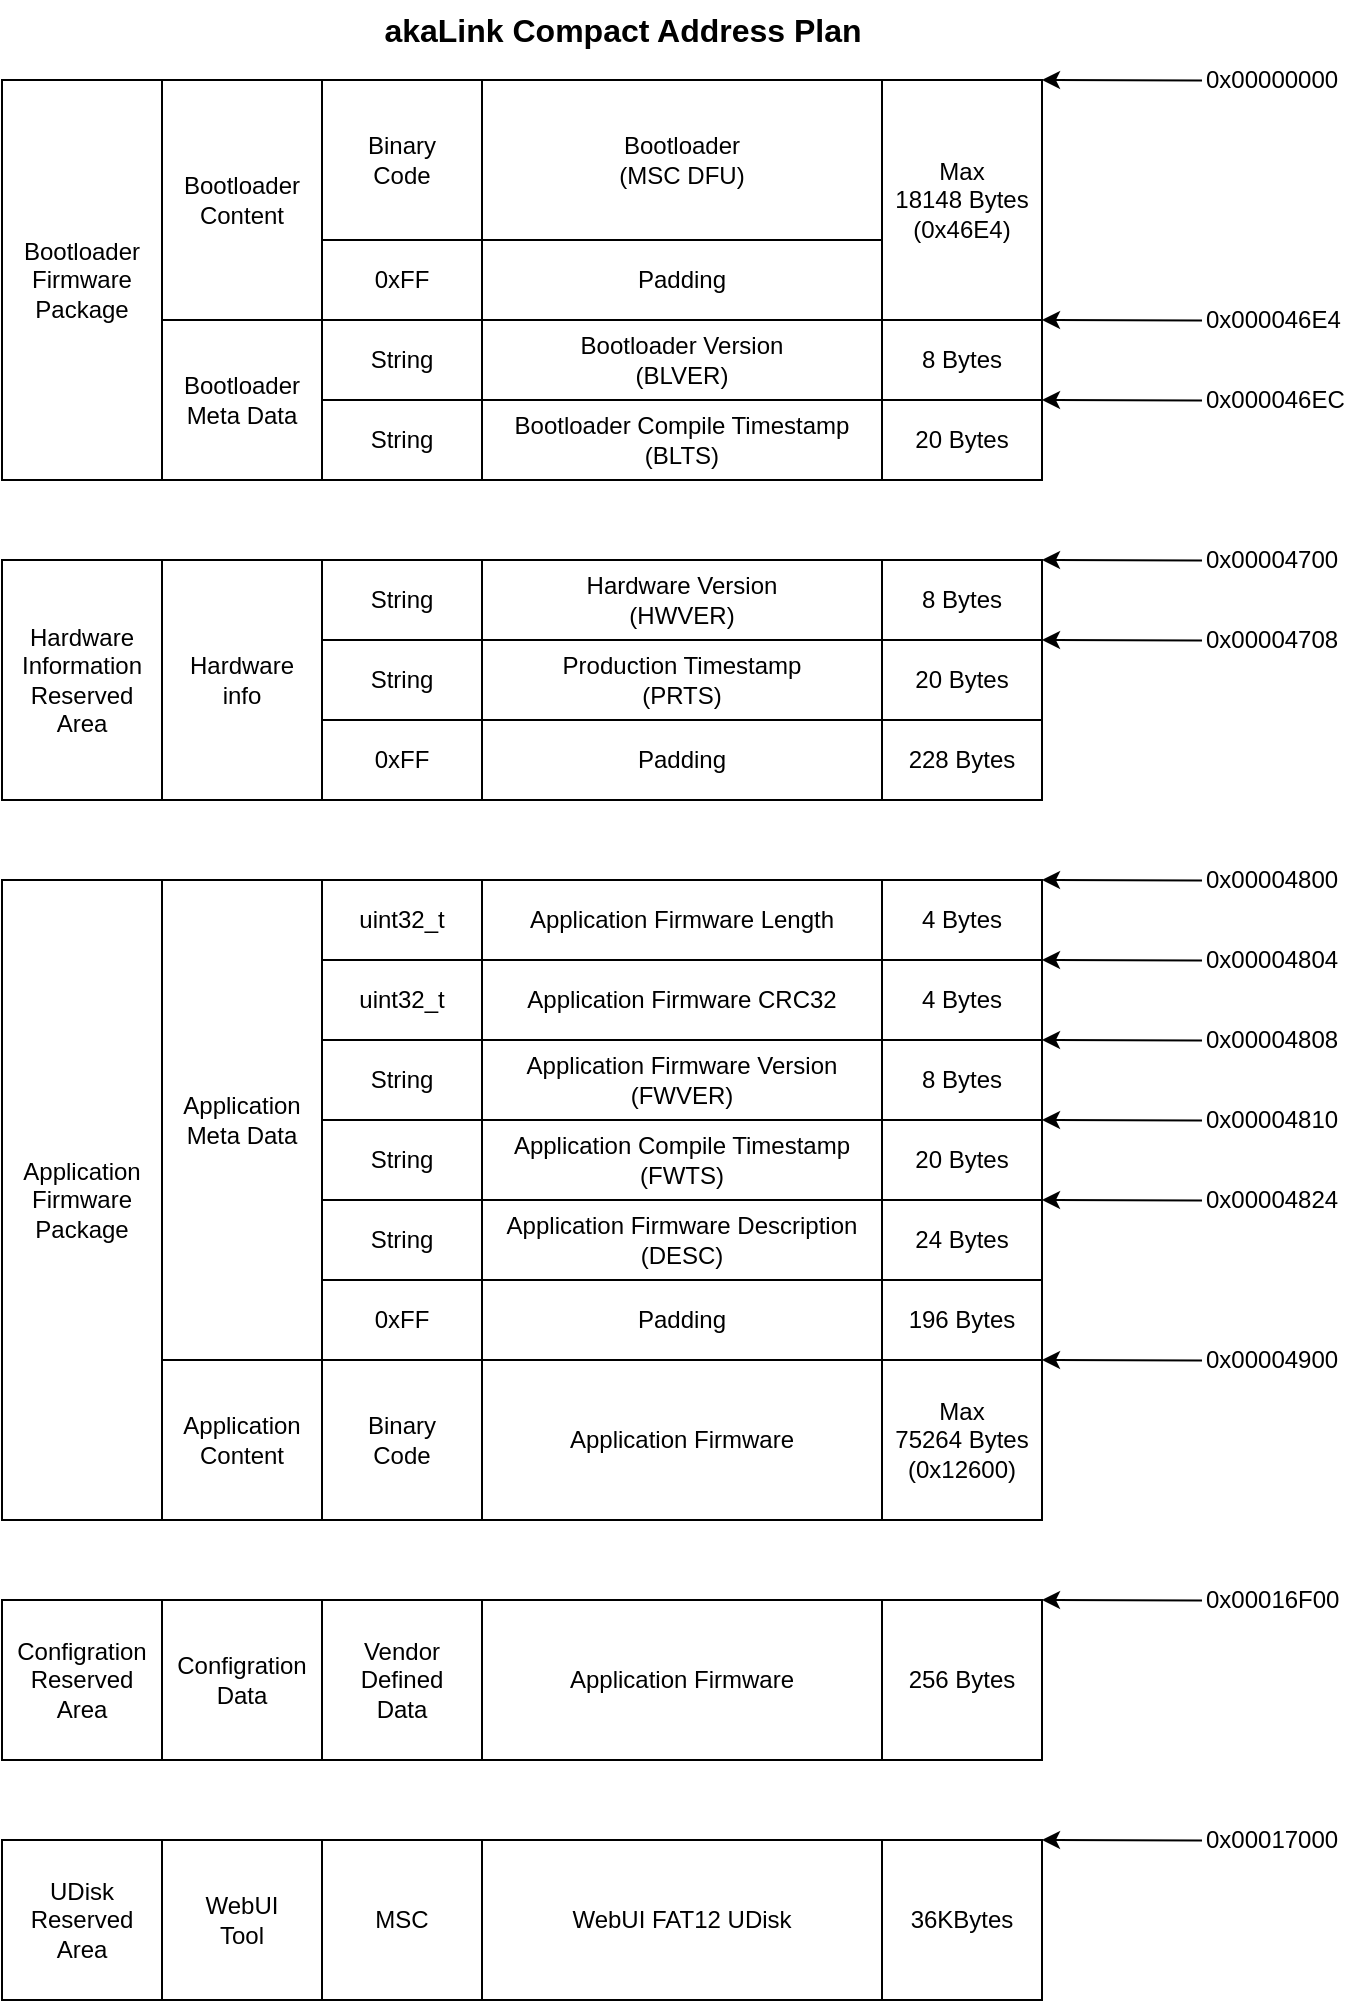
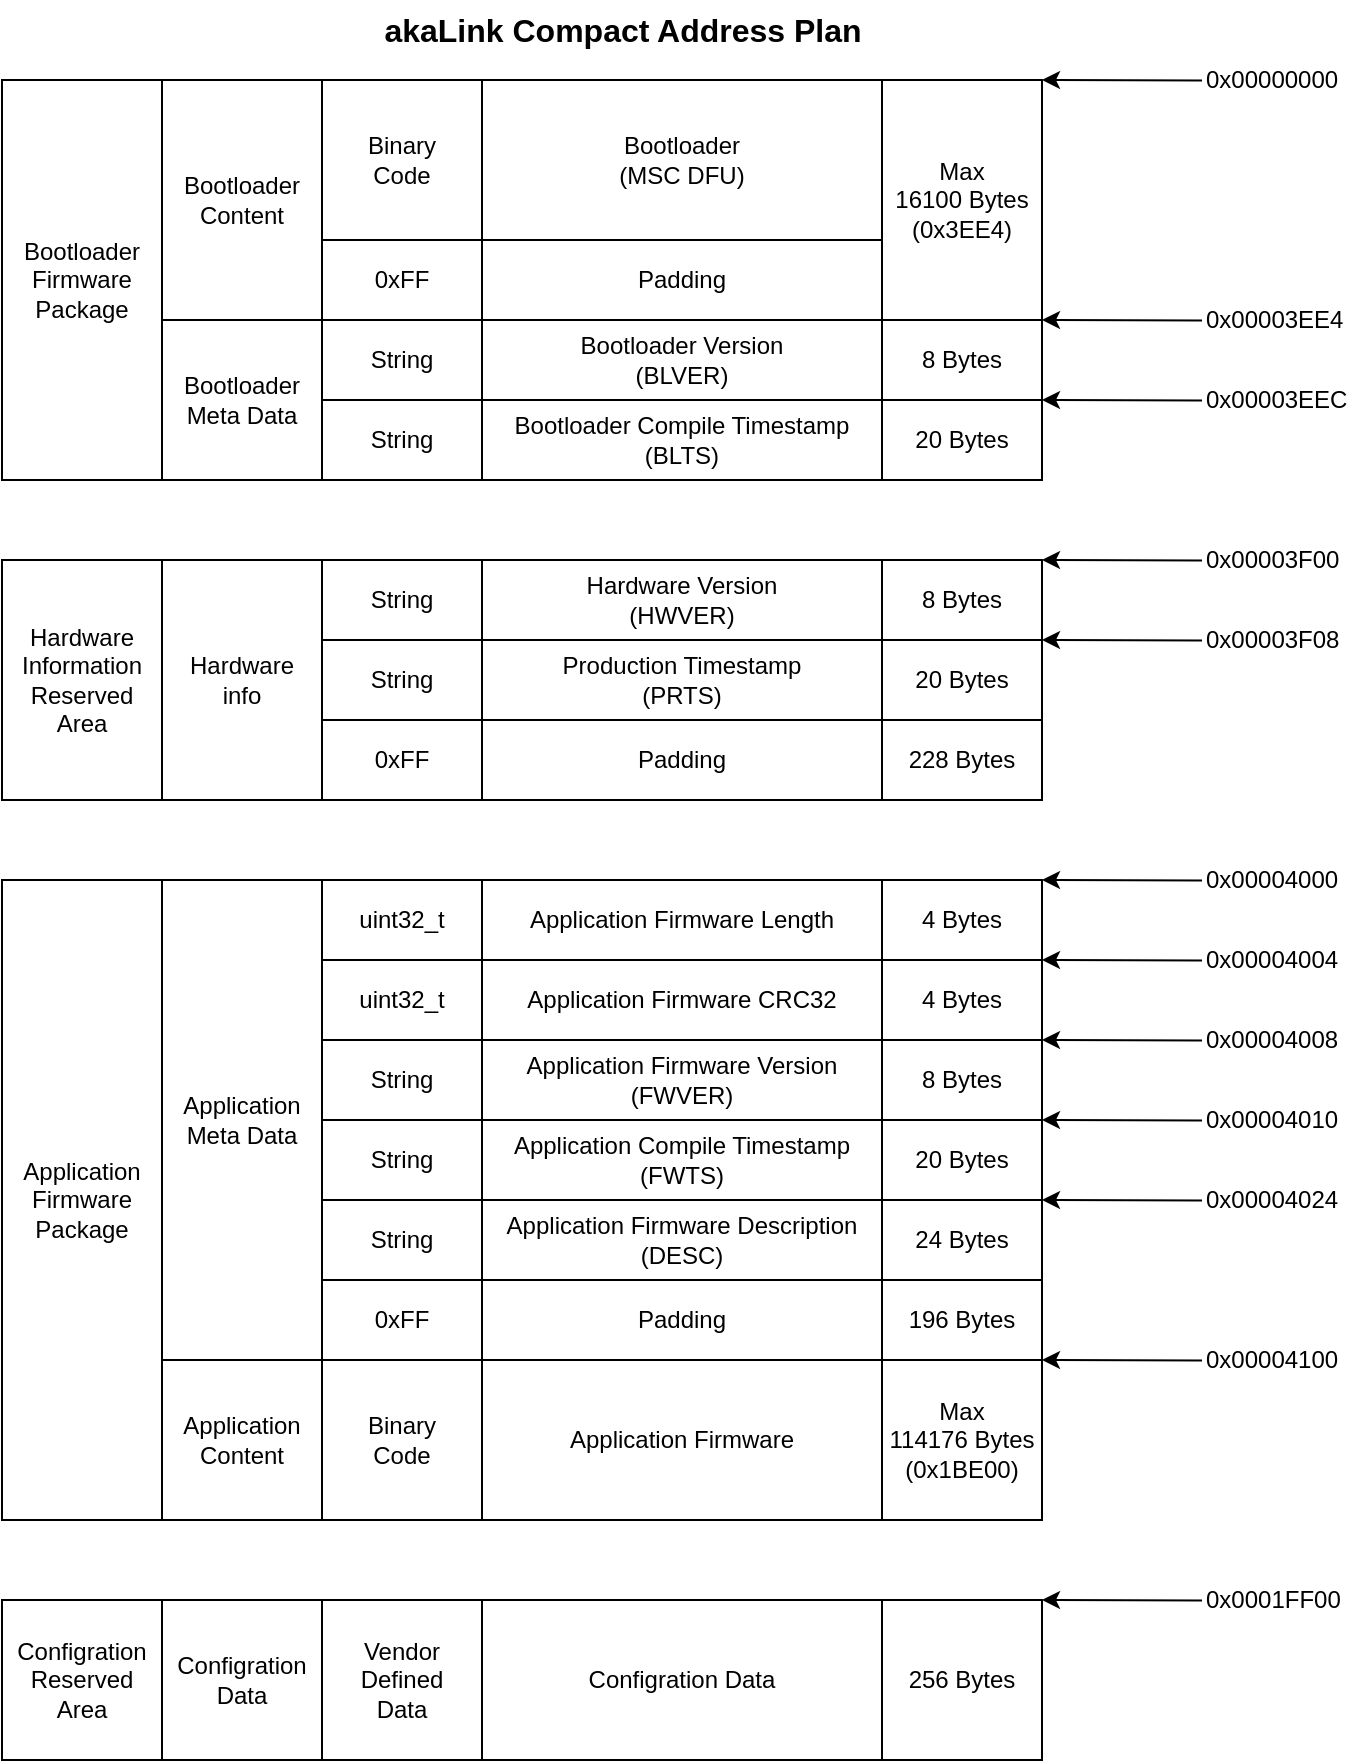
- <mxfile host="Electron" agent="Mozilla/5.0 (Windows NT 10.0; Win64; x64) AppleWebKit/537.36 (KHTML, like Gecko) draw.io/22.1.11 Chrome/114.0.5735.289 Electron/25.9.8 Safari/537.36" modified="2026-06-09T08:46:07.109Z" version="22.1.11" etag="mYXZX6qAAD2ABPG7_40a" type="device">
+ <mxfile host="Electron" agent="Mozilla/5.0 (Windows NT 10.0; Win64; x64) AppleWebKit/537.36 (KHTML, like Gecko) draw.io/22.1.11 Chrome/114.0.5735.289 Electron/25.9.8 Safari/537.36" modified="2026-06-09T12:30:20.127Z" etag="2jhZNczAMWxrW9BGBs6i" version="22.1.11" type="device">
  <diagram name="第 1 页" id="Tov3qzGzwIptRfnKIowR">
    <mxGraphModel dx="1539" dy="827" grid="1" gridSize="10" guides="1" tooltips="1" connect="1" arrows="1" fold="1" page="1" pageScale="1" pageWidth="827" pageHeight="1169" math="0" shadow="0">
      <root>
        <mxCell id="0" />
        <mxCell id="1" parent="0" />
        <mxCell id="cYnRS_mGc3GNrWEEeFrD-1" value="Bootloader&lt;br&gt;(MSC DFU)" style="rounded=0;whiteSpace=wrap;html=1;" parent="1" vertex="1">
          <mxGeometry x="200" y="80" width="200" height="80" as="geometry" />
        </mxCell>
        <mxCell id="cYnRS_mGc3GNrWEEeFrD-2" value="Bootloader Version&lt;br&gt;(BLVER)" style="rounded=0;whiteSpace=wrap;html=1;" parent="1" vertex="1">
          <mxGeometry x="200" y="200" width="200" height="40" as="geometry" />
        </mxCell>
        <mxCell id="cYnRS_mGc3GNrWEEeFrD-3" value="Bootloader Compile Timestamp&lt;br&gt;(BLTS)" style="rounded=0;whiteSpace=wrap;html=1;" parent="1" vertex="1">
          <mxGeometry x="200" y="240" width="200" height="40" as="geometry" />
        </mxCell>
        <mxCell id="cYnRS_mGc3GNrWEEeFrD-4" value="Hardware Version&lt;br&gt;(HWVER)" style="rounded=0;whiteSpace=wrap;html=1;" parent="1" vertex="1">
          <mxGeometry x="200" y="320" width="200" height="40" as="geometry" />
        </mxCell>
        <mxCell id="cYnRS_mGc3GNrWEEeFrD-5" value="Application Compile Timestamp&lt;br&gt;(FWTS)" style="rounded=0;whiteSpace=wrap;html=1;" parent="1" vertex="1">
          <mxGeometry x="200" y="600" width="200" height="40" as="geometry" />
        </mxCell>
        <mxCell id="cYnRS_mGc3GNrWEEeFrD-6" value="Application Firmware Version&lt;br&gt;(FWVER)" style="rounded=0;whiteSpace=wrap;html=1;" parent="1" vertex="1">
          <mxGeometry x="200" y="560" width="200" height="40" as="geometry" />
        </mxCell>
        <mxCell id="cYnRS_mGc3GNrWEEeFrD-7" value="Application Firmware Length" style="rounded=0;whiteSpace=wrap;html=1;" parent="1" vertex="1">
          <mxGeometry x="200" y="480" width="200" height="40" as="geometry" />
        </mxCell>
        <mxCell id="cYnRS_mGc3GNrWEEeFrD-8" value="Application Firmware CRC32" style="rounded=0;whiteSpace=wrap;html=1;" parent="1" vertex="1">
          <mxGeometry x="200" y="520" width="200" height="40" as="geometry" />
        </mxCell>
        <mxCell id="cYnRS_mGc3GNrWEEeFrD-9" value="Application Firmware Description&lt;br&gt;(DESC)" style="rounded=0;whiteSpace=wrap;html=1;" parent="1" vertex="1">
          <mxGeometry x="200" y="640" width="200" height="40" as="geometry" />
        </mxCell>
        <mxCell id="cYnRS_mGc3GNrWEEeFrD-10" value="Binary&lt;br&gt;Code" style="rounded=0;whiteSpace=wrap;html=1;" parent="1" vertex="1">
          <mxGeometry x="120" y="80" width="80" height="80" as="geometry" />
        </mxCell>
        <mxCell id="cYnRS_mGc3GNrWEEeFrD-11" style="edgeStyle=orthogonalEdgeStyle;rounded=0;orthogonalLoop=1;jettySize=auto;html=1;exitX=0.5;exitY=1;exitDx=0;exitDy=0;" parent="1" source="cYnRS_mGc3GNrWEEeFrD-10" target="cYnRS_mGc3GNrWEEeFrD-10" edge="1">
          <mxGeometry relative="1" as="geometry" />
        </mxCell>
        <mxCell id="cYnRS_mGc3GNrWEEeFrD-12" value="String" style="rounded=0;whiteSpace=wrap;html=1;" parent="1" vertex="1">
          <mxGeometry x="120" y="200" width="80" height="40" as="geometry" />
        </mxCell>
        <mxCell id="cYnRS_mGc3GNrWEEeFrD-13" value="String" style="rounded=0;whiteSpace=wrap;html=1;" parent="1" vertex="1">
          <mxGeometry x="120" y="240" width="80" height="40" as="geometry" />
        </mxCell>
        <mxCell id="cYnRS_mGc3GNrWEEeFrD-14" value="String" style="rounded=0;whiteSpace=wrap;html=1;" parent="1" vertex="1">
          <mxGeometry x="120" y="320" width="80" height="40" as="geometry" />
        </mxCell>
        <mxCell id="cYnRS_mGc3GNrWEEeFrD-15" value="uint32_t" style="rounded=0;whiteSpace=wrap;html=1;" parent="1" vertex="1">
          <mxGeometry x="120" y="480" width="80" height="40" as="geometry" />
        </mxCell>
        <mxCell id="cYnRS_mGc3GNrWEEeFrD-16" value="uint32_t" style="rounded=0;whiteSpace=wrap;html=1;" parent="1" vertex="1">
          <mxGeometry x="120" y="520" width="80" height="40" as="geometry" />
        </mxCell>
        <mxCell id="cYnRS_mGc3GNrWEEeFrD-18" value="String" style="rounded=0;whiteSpace=wrap;html=1;" parent="1" vertex="1">
          <mxGeometry x="120" y="640" width="80" height="40" as="geometry" />
        </mxCell>
        <mxCell id="cYnRS_mGc3GNrWEEeFrD-19" value="String" style="rounded=0;whiteSpace=wrap;html=1;" parent="1" vertex="1">
          <mxGeometry x="120" y="560" width="80" height="40" as="geometry" />
        </mxCell>
        <mxCell id="cYnRS_mGc3GNrWEEeFrD-20" value="String" style="rounded=0;whiteSpace=wrap;html=1;" parent="1" vertex="1">
          <mxGeometry x="120" y="600" width="80" height="40" as="geometry" />
        </mxCell>
        <mxCell id="cYnRS_mGc3GNrWEEeFrD-21" value="Application Firmware" style="rounded=0;whiteSpace=wrap;html=1;" parent="1" vertex="1">
          <mxGeometry x="200" y="720" width="200" height="80" as="geometry" />
        </mxCell>
        <mxCell id="cYnRS_mGc3GNrWEEeFrD-22" value="Binary&lt;br&gt;Code" style="rounded=0;whiteSpace=wrap;html=1;" parent="1" vertex="1">
          <mxGeometry x="120" y="720" width="80" height="80" as="geometry" />
        </mxCell>
        <mxCell id="cYnRS_mGc3GNrWEEeFrD-23" value="Padding" style="rounded=0;whiteSpace=wrap;html=1;" parent="1" vertex="1">
          <mxGeometry x="200" y="160" width="200" height="40" as="geometry" />
        </mxCell>
        <mxCell id="cYnRS_mGc3GNrWEEeFrD-24" value="0xFF" style="rounded=0;whiteSpace=wrap;html=1;" parent="1" vertex="1">
          <mxGeometry x="120" y="160" width="80" height="40" as="geometry" />
        </mxCell>
        <mxCell id="cYnRS_mGc3GNrWEEeFrD-25" style="edgeStyle=orthogonalEdgeStyle;rounded=0;orthogonalLoop=1;jettySize=auto;html=1;exitX=0.5;exitY=1;exitDx=0;exitDy=0;" parent="1" edge="1">
          <mxGeometry relative="1" as="geometry">
            <mxPoint x="160" y="640" as="sourcePoint" />
            <mxPoint x="160" y="640" as="targetPoint" />
          </mxGeometry>
        </mxCell>
        <mxCell id="cYnRS_mGc3GNrWEEeFrD-26" value="Padding" style="rounded=0;whiteSpace=wrap;html=1;" parent="1" vertex="1">
          <mxGeometry x="200" y="680" width="200" height="40" as="geometry" />
        </mxCell>
        <mxCell id="cYnRS_mGc3GNrWEEeFrD-27" value="0xFF" style="rounded=0;whiteSpace=wrap;html=1;" parent="1" vertex="1">
          <mxGeometry x="120" y="680" width="80" height="40" as="geometry" />
        </mxCell>
        <mxCell id="cYnRS_mGc3GNrWEEeFrD-28" value="" style="endArrow=classic;html=1;rounded=0;" parent="1" edge="1">
          <mxGeometry width="50" height="50" relative="1" as="geometry">
            <mxPoint x="560" y="80.28" as="sourcePoint" />
            <mxPoint x="480" y="80" as="targetPoint" />
          </mxGeometry>
        </mxCell>
        <mxCell id="cYnRS_mGc3GNrWEEeFrD-29" value="0x00000000" style="text;html=1;strokeColor=none;fillColor=none;align=left;verticalAlign=middle;whiteSpace=wrap;rounded=0;" parent="1" vertex="1">
          <mxGeometry x="560" y="70" width="70" height="20" as="geometry" />
        </mxCell>
        <mxCell id="cYnRS_mGc3GNrWEEeFrD-30" value="" style="endArrow=classic;html=1;rounded=0;" parent="1" edge="1">
          <mxGeometry width="50" height="50" relative="1" as="geometry">
            <mxPoint x="560" y="200.28" as="sourcePoint" />
            <mxPoint x="480" y="200" as="targetPoint" />
          </mxGeometry>
        </mxCell>
-         <mxCell id="cYnRS_mGc3GNrWEEeFrD-31" value="0x000046E4" style="text;html=1;strokeColor=none;fillColor=none;align=left;verticalAlign=middle;whiteSpace=wrap;rounded=0;" parent="1" vertex="1">
+         <mxCell id="cYnRS_mGc3GNrWEEeFrD-31" value="0x00003EE4" style="text;html=1;strokeColor=none;fillColor=none;align=left;verticalAlign=middle;whiteSpace=wrap;rounded=0;" parent="1" vertex="1">
          <mxGeometry x="560" y="190" width="70" height="20" as="geometry" />
        </mxCell>
        <mxCell id="cYnRS_mGc3GNrWEEeFrD-32" value="" style="endArrow=classic;html=1;rounded=0;" parent="1" edge="1">
          <mxGeometry width="50" height="50" relative="1" as="geometry">
            <mxPoint x="560" y="240.28" as="sourcePoint" />
            <mxPoint x="480" y="240" as="targetPoint" />
          </mxGeometry>
        </mxCell>
-         <mxCell id="cYnRS_mGc3GNrWEEeFrD-33" value="0x000046EC" style="text;html=1;strokeColor=none;fillColor=none;align=left;verticalAlign=middle;whiteSpace=wrap;rounded=0;" parent="1" vertex="1">
+         <mxCell id="cYnRS_mGc3GNrWEEeFrD-33" value="0x00003EEC" style="text;html=1;strokeColor=none;fillColor=none;align=left;verticalAlign=middle;whiteSpace=wrap;rounded=0;" parent="1" vertex="1">
          <mxGeometry x="560" y="230" width="70" height="20" as="geometry" />
        </mxCell>
        <mxCell id="cYnRS_mGc3GNrWEEeFrD-34" value="" style="endArrow=classic;html=1;rounded=0;" parent="1" edge="1">
          <mxGeometry width="50" height="50" relative="1" as="geometry">
            <mxPoint x="560" y="320.28" as="sourcePoint" />
            <mxPoint x="480" y="320" as="targetPoint" />
          </mxGeometry>
        </mxCell>
-         <mxCell id="cYnRS_mGc3GNrWEEeFrD-35" value="0x00004700" style="text;html=1;strokeColor=none;fillColor=none;align=left;verticalAlign=middle;whiteSpace=wrap;rounded=0;" parent="1" vertex="1">
+         <mxCell id="cYnRS_mGc3GNrWEEeFrD-35" value="0x00003F00" style="text;html=1;strokeColor=none;fillColor=none;align=left;verticalAlign=middle;whiteSpace=wrap;rounded=0;" parent="1" vertex="1">
          <mxGeometry x="560" y="310" width="70" height="20" as="geometry" />
        </mxCell>
        <mxCell id="cYnRS_mGc3GNrWEEeFrD-36" style="edgeStyle=orthogonalEdgeStyle;rounded=0;orthogonalLoop=1;jettySize=auto;html=1;exitX=0.5;exitY=1;exitDx=0;exitDy=0;" parent="1" edge="1">
          <mxGeometry relative="1" as="geometry">
            <mxPoint x="160" y="400" as="sourcePoint" />
            <mxPoint x="160" y="400" as="targetPoint" />
          </mxGeometry>
        </mxCell>
        <mxCell id="cYnRS_mGc3GNrWEEeFrD-37" value="Padding" style="rounded=0;whiteSpace=wrap;html=1;" parent="1" vertex="1">
          <mxGeometry x="200" y="400" width="200" height="40" as="geometry" />
        </mxCell>
        <mxCell id="cYnRS_mGc3GNrWEEeFrD-38" value="0xFF" style="rounded=0;whiteSpace=wrap;html=1;" parent="1" vertex="1">
          <mxGeometry x="120" y="400" width="80" height="40" as="geometry" />
        </mxCell>
        <mxCell id="cYnRS_mGc3GNrWEEeFrD-42" value="" style="endArrow=classic;html=1;rounded=0;" parent="1" edge="1">
          <mxGeometry width="50" height="50" relative="1" as="geometry">
            <mxPoint x="560" y="480.28" as="sourcePoint" />
            <mxPoint x="480" y="480" as="targetPoint" />
          </mxGeometry>
        </mxCell>
-         <mxCell id="cYnRS_mGc3GNrWEEeFrD-43" value="0x00004800" style="text;html=1;strokeColor=none;fillColor=none;align=left;verticalAlign=middle;whiteSpace=wrap;rounded=0;" parent="1" vertex="1">
+         <mxCell id="cYnRS_mGc3GNrWEEeFrD-43" value="0x00004000" style="text;html=1;strokeColor=none;fillColor=none;align=left;verticalAlign=middle;whiteSpace=wrap;rounded=0;" parent="1" vertex="1">
          <mxGeometry x="560" y="470" width="70" height="20" as="geometry" />
        </mxCell>
        <mxCell id="cYnRS_mGc3GNrWEEeFrD-44" value="" style="endArrow=classic;html=1;rounded=0;" parent="1" edge="1">
          <mxGeometry width="50" height="50" relative="1" as="geometry">
            <mxPoint x="560" y="520.28" as="sourcePoint" />
            <mxPoint x="480" y="520" as="targetPoint" />
          </mxGeometry>
        </mxCell>
-         <mxCell id="cYnRS_mGc3GNrWEEeFrD-45" value="0x00004804" style="text;html=1;strokeColor=none;fillColor=none;align=left;verticalAlign=middle;whiteSpace=wrap;rounded=0;" parent="1" vertex="1">
+         <mxCell id="cYnRS_mGc3GNrWEEeFrD-45" value="0x00004004" style="text;html=1;strokeColor=none;fillColor=none;align=left;verticalAlign=middle;whiteSpace=wrap;rounded=0;" parent="1" vertex="1">
          <mxGeometry x="560" y="510" width="70" height="20" as="geometry" />
        </mxCell>
        <mxCell id="cYnRS_mGc3GNrWEEeFrD-46" value="" style="endArrow=classic;html=1;rounded=0;" parent="1" edge="1">
          <mxGeometry width="50" height="50" relative="1" as="geometry">
            <mxPoint x="560" y="560.28" as="sourcePoint" />
            <mxPoint x="480" y="560" as="targetPoint" />
          </mxGeometry>
        </mxCell>
-         <mxCell id="cYnRS_mGc3GNrWEEeFrD-47" value="0x00004808" style="text;html=1;strokeColor=none;fillColor=none;align=left;verticalAlign=middle;whiteSpace=wrap;rounded=0;" parent="1" vertex="1">
+         <mxCell id="cYnRS_mGc3GNrWEEeFrD-47" value="0x00004008" style="text;html=1;strokeColor=none;fillColor=none;align=left;verticalAlign=middle;whiteSpace=wrap;rounded=0;" parent="1" vertex="1">
          <mxGeometry x="560" y="550" width="70" height="20" as="geometry" />
        </mxCell>
        <mxCell id="cYnRS_mGc3GNrWEEeFrD-48" value="" style="endArrow=classic;html=1;rounded=0;" parent="1" edge="1">
          <mxGeometry width="50" height="50" relative="1" as="geometry">
            <mxPoint x="560" y="600.28" as="sourcePoint" />
            <mxPoint x="480" y="600" as="targetPoint" />
          </mxGeometry>
        </mxCell>
-         <mxCell id="cYnRS_mGc3GNrWEEeFrD-49" value="0x00004810" style="text;html=1;strokeColor=none;fillColor=none;align=left;verticalAlign=middle;whiteSpace=wrap;rounded=0;" parent="1" vertex="1">
+         <mxCell id="cYnRS_mGc3GNrWEEeFrD-49" value="0x00004010" style="text;html=1;strokeColor=none;fillColor=none;align=left;verticalAlign=middle;whiteSpace=wrap;rounded=0;" parent="1" vertex="1">
          <mxGeometry x="560" y="590" width="70" height="20" as="geometry" />
        </mxCell>
        <mxCell id="cYnRS_mGc3GNrWEEeFrD-50" value="" style="endArrow=classic;html=1;rounded=0;" parent="1" edge="1">
          <mxGeometry width="50" height="50" relative="1" as="geometry">
            <mxPoint x="560" y="640.28" as="sourcePoint" />
            <mxPoint x="480" y="640" as="targetPoint" />
          </mxGeometry>
        </mxCell>
-         <mxCell id="cYnRS_mGc3GNrWEEeFrD-51" value="0x00004824" style="text;html=1;strokeColor=none;fillColor=none;align=left;verticalAlign=middle;whiteSpace=wrap;rounded=0;" parent="1" vertex="1">
+         <mxCell id="cYnRS_mGc3GNrWEEeFrD-51" value="0x00004024" style="text;html=1;strokeColor=none;fillColor=none;align=left;verticalAlign=middle;whiteSpace=wrap;rounded=0;" parent="1" vertex="1">
          <mxGeometry x="560" y="630" width="70" height="20" as="geometry" />
        </mxCell>
        <mxCell id="cYnRS_mGc3GNrWEEeFrD-52" value="" style="endArrow=classic;html=1;rounded=0;" parent="1" edge="1">
          <mxGeometry width="50" height="50" relative="1" as="geometry">
            <mxPoint x="560" y="720.28" as="sourcePoint" />
            <mxPoint x="480" y="720" as="targetPoint" />
          </mxGeometry>
        </mxCell>
-         <mxCell id="cYnRS_mGc3GNrWEEeFrD-53" value="0x00004900" style="text;html=1;strokeColor=none;fillColor=none;align=left;verticalAlign=middle;whiteSpace=wrap;rounded=0;" parent="1" vertex="1">
+         <mxCell id="cYnRS_mGc3GNrWEEeFrD-53" value="0x00004100" style="text;html=1;strokeColor=none;fillColor=none;align=left;verticalAlign=middle;whiteSpace=wrap;rounded=0;" parent="1" vertex="1">
          <mxGeometry x="560" y="710" width="70" height="20" as="geometry" />
        </mxCell>
        <mxCell id="cYnRS_mGc3GNrWEEeFrD-54" value="Bootloader&lt;br&gt;Firmware&lt;br&gt;Package" style="rounded=0;whiteSpace=wrap;html=1;" parent="1" vertex="1">
          <mxGeometry x="-40" y="80" width="80" height="200" as="geometry" />
        </mxCell>
        <mxCell id="cYnRS_mGc3GNrWEEeFrD-55" value="Application&lt;br&gt;Firmware&lt;br&gt;Package" style="rounded=0;whiteSpace=wrap;html=1;" parent="1" vertex="1">
          <mxGeometry x="-40" y="480" width="80" height="320" as="geometry" />
        </mxCell>
        <mxCell id="cYnRS_mGc3GNrWEEeFrD-56" value="Hardware&lt;br&gt;Information&lt;br&gt;Reserved&lt;br&gt;Area" style="rounded=0;whiteSpace=wrap;html=1;" parent="1" vertex="1">
          <mxGeometry x="-40" y="320" width="80" height="120" as="geometry" />
        </mxCell>
-         <mxCell id="cYnRS_mGc3GNrWEEeFrD-57" value="Max&lt;br&gt;18148 Bytes&lt;br&gt;(0x46E4)" style="rounded=0;whiteSpace=wrap;html=1;" parent="1" vertex="1">
+         <mxCell id="cYnRS_mGc3GNrWEEeFrD-57" value="Max&lt;br&gt;16100 Bytes&lt;br&gt;(0x3EE4)" style="rounded=0;whiteSpace=wrap;html=1;" parent="1" vertex="1">
          <mxGeometry x="400" y="80" width="80" height="120" as="geometry" />
        </mxCell>
        <mxCell id="cYnRS_mGc3GNrWEEeFrD-58" value="8 Bytes" style="rounded=0;whiteSpace=wrap;html=1;" parent="1" vertex="1">
          <mxGeometry x="400" y="200" width="80" height="40" as="geometry" />
        </mxCell>
        <mxCell id="cYnRS_mGc3GNrWEEeFrD-59" value="20 Bytes" style="rounded=0;whiteSpace=wrap;html=1;" parent="1" vertex="1">
          <mxGeometry x="400" y="240" width="80" height="40" as="geometry" />
        </mxCell>
        <mxCell id="cYnRS_mGc3GNrWEEeFrD-60" value="8 Bytes" style="rounded=0;whiteSpace=wrap;html=1;" parent="1" vertex="1">
          <mxGeometry x="400" y="320" width="80" height="40" as="geometry" />
        </mxCell>
        <mxCell id="cYnRS_mGc3GNrWEEeFrD-61" value="Production Timestamp&lt;br&gt;(PRTS)" style="rounded=0;whiteSpace=wrap;html=1;" parent="1" vertex="1">
          <mxGeometry x="200" y="360" width="200" height="40" as="geometry" />
        </mxCell>
        <mxCell id="cYnRS_mGc3GNrWEEeFrD-62" value="String" style="rounded=0;whiteSpace=wrap;html=1;" parent="1" vertex="1">
          <mxGeometry x="120" y="360" width="80" height="40" as="geometry" />
        </mxCell>
        <mxCell id="cYnRS_mGc3GNrWEEeFrD-63" value="20 Bytes" style="rounded=0;whiteSpace=wrap;html=1;" parent="1" vertex="1">
          <mxGeometry x="400" y="360" width="80" height="40" as="geometry" />
        </mxCell>
        <mxCell id="cYnRS_mGc3GNrWEEeFrD-64" value="228 Bytes" style="rounded=0;whiteSpace=wrap;html=1;" parent="1" vertex="1">
          <mxGeometry x="400" y="400" width="80" height="40" as="geometry" />
        </mxCell>
        <mxCell id="cYnRS_mGc3GNrWEEeFrD-65" value="" style="endArrow=classic;html=1;rounded=0;" parent="1" edge="1">
          <mxGeometry width="50" height="50" relative="1" as="geometry">
            <mxPoint x="560" y="360.28" as="sourcePoint" />
            <mxPoint x="480" y="360" as="targetPoint" />
          </mxGeometry>
        </mxCell>
-         <mxCell id="cYnRS_mGc3GNrWEEeFrD-66" value="0x00004708" style="text;html=1;strokeColor=none;fillColor=none;align=left;verticalAlign=middle;whiteSpace=wrap;rounded=0;" parent="1" vertex="1">
+         <mxCell id="cYnRS_mGc3GNrWEEeFrD-66" value="0x00003F08" style="text;html=1;strokeColor=none;fillColor=none;align=left;verticalAlign=middle;whiteSpace=wrap;rounded=0;" parent="1" vertex="1">
          <mxGeometry x="560" y="350" width="70" height="20" as="geometry" />
        </mxCell>
        <mxCell id="cYnRS_mGc3GNrWEEeFrD-67" value="4 Bytes" style="rounded=0;whiteSpace=wrap;html=1;" parent="1" vertex="1">
          <mxGeometry x="400" y="480" width="80" height="40" as="geometry" />
        </mxCell>
        <mxCell id="cYnRS_mGc3GNrWEEeFrD-68" value="4 Bytes" style="rounded=0;whiteSpace=wrap;html=1;" parent="1" vertex="1">
          <mxGeometry x="400" y="520" width="80" height="40" as="geometry" />
        </mxCell>
        <mxCell id="cYnRS_mGc3GNrWEEeFrD-69" value="8 Bytes" style="rounded=0;whiteSpace=wrap;html=1;" parent="1" vertex="1">
          <mxGeometry x="400" y="560" width="80" height="40" as="geometry" />
        </mxCell>
        <mxCell id="cYnRS_mGc3GNrWEEeFrD-70" value="24 Bytes" style="rounded=0;whiteSpace=wrap;html=1;" parent="1" vertex="1">
          <mxGeometry x="400" y="640" width="80" height="40" as="geometry" />
        </mxCell>
        <mxCell id="cYnRS_mGc3GNrWEEeFrD-71" value="20 Bytes" style="rounded=0;whiteSpace=wrap;html=1;" parent="1" vertex="1">
          <mxGeometry x="400" y="600" width="80" height="40" as="geometry" />
        </mxCell>
        <mxCell id="cYnRS_mGc3GNrWEEeFrD-72" value="196 Bytes" style="rounded=0;whiteSpace=wrap;html=1;" parent="1" vertex="1">
          <mxGeometry x="400" y="680" width="80" height="40" as="geometry" />
        </mxCell>
-         <mxCell id="cYnRS_mGc3GNrWEEeFrD-73" value="Max&lt;br&gt;75264 Bytes&lt;br&gt;(0x12600)" style="rounded=0;whiteSpace=wrap;html=1;" parent="1" vertex="1">
+         <mxCell id="cYnRS_mGc3GNrWEEeFrD-73" value="Max&lt;br&gt;114176 Bytes&lt;br&gt;(0x1BE00)" style="rounded=0;whiteSpace=wrap;html=1;" parent="1" vertex="1">
          <mxGeometry x="400" y="720" width="80" height="80" as="geometry" />
        </mxCell>
        <mxCell id="cYnRS_mGc3GNrWEEeFrD-75" value="Application&lt;br&gt;Meta Data" style="rounded=0;whiteSpace=wrap;html=1;" parent="1" vertex="1">
          <mxGeometry x="40" y="480" width="80" height="240" as="geometry" />
        </mxCell>
        <mxCell id="cYnRS_mGc3GNrWEEeFrD-76" value="Bootloader&lt;br&gt;Content" style="rounded=0;whiteSpace=wrap;html=1;" parent="1" vertex="1">
          <mxGeometry x="40" y="80" width="80" height="120" as="geometry" />
        </mxCell>
        <mxCell id="cYnRS_mGc3GNrWEEeFrD-77" value="Bootloader&lt;br style=&quot;border-color: var(--border-color);&quot;&gt;Meta Data" style="rounded=0;whiteSpace=wrap;html=1;" parent="1" vertex="1">
          <mxGeometry x="40" y="200" width="80" height="80" as="geometry" />
        </mxCell>
        <mxCell id="cYnRS_mGc3GNrWEEeFrD-78" value="Application&lt;br&gt;Content" style="rounded=0;whiteSpace=wrap;html=1;" parent="1" vertex="1">
          <mxGeometry x="40" y="720" width="80" height="80" as="geometry" />
        </mxCell>
        <mxCell id="cYnRS_mGc3GNrWEEeFrD-80" value="Hardware&lt;br&gt;info" style="rounded=0;whiteSpace=wrap;html=1;" parent="1" vertex="1">
          <mxGeometry x="40" y="320" width="80" height="120" as="geometry" />
        </mxCell>
        <mxCell id="cYnRS_mGc3GNrWEEeFrD-81" value="akaLink Compact Address Plan" style="text;html=1;align=center;verticalAlign=middle;resizable=0;points=[];autosize=1;strokeColor=none;fillColor=none;fontStyle=1;fontSize=16;" parent="1" vertex="1">
          <mxGeometry x="140" y="40" width="260" height="30" as="geometry" />
        </mxCell>
        <mxCell id="e5RCtYKdR14gC_7iKOBU-1" value="Configration&lt;br&gt;Reserved&lt;br&gt;Area" style="rounded=0;whiteSpace=wrap;html=1;" parent="1" vertex="1">
          <mxGeometry x="-40" y="840" width="80" height="80" as="geometry" />
        </mxCell>
        <mxCell id="e5RCtYKdR14gC_7iKOBU-2" value="Configration&lt;div&gt;Data&lt;/div&gt;" style="rounded=0;whiteSpace=wrap;html=1;" parent="1" vertex="1">
          <mxGeometry x="40" y="840" width="80" height="80" as="geometry" />
        </mxCell>
        <mxCell id="e5RCtYKdR14gC_7iKOBU-3" value="Vendor&lt;div&gt;Defined&lt;/div&gt;&lt;div&gt;Data&lt;/div&gt;" style="rounded=0;whiteSpace=wrap;html=1;" parent="1" vertex="1">
          <mxGeometry x="120" y="840" width="80" height="80" as="geometry" />
        </mxCell>
-         <mxCell id="e5RCtYKdR14gC_7iKOBU-4" value="Application Firmware" style="rounded=0;whiteSpace=wrap;html=1;" parent="1" vertex="1">
+         <mxCell id="e5RCtYKdR14gC_7iKOBU-4" value="Configration Data" style="rounded=0;whiteSpace=wrap;html=1;" parent="1" vertex="1">
          <mxGeometry x="200" y="840" width="200" height="80" as="geometry" />
        </mxCell>
        <mxCell id="e5RCtYKdR14gC_7iKOBU-5" value="256 Bytes" style="rounded=0;whiteSpace=wrap;html=1;" parent="1" vertex="1">
          <mxGeometry x="400" y="840" width="80" height="80" as="geometry" />
        </mxCell>
        <mxCell id="e5RCtYKdR14gC_7iKOBU-6" value="" style="endArrow=classic;html=1;rounded=0;" parent="1" edge="1">
          <mxGeometry width="50" height="50" relative="1" as="geometry">
            <mxPoint x="560" y="840.28" as="sourcePoint" />
            <mxPoint x="480" y="840" as="targetPoint" />
          </mxGeometry>
        </mxCell>
-         <mxCell id="e5RCtYKdR14gC_7iKOBU-7" value="0x00016F00" style="text;html=1;strokeColor=none;fillColor=none;align=left;verticalAlign=middle;whiteSpace=wrap;rounded=0;" parent="1" vertex="1">
+         <mxCell id="e5RCtYKdR14gC_7iKOBU-7" value="0x0001FF00" style="text;html=1;strokeColor=none;fillColor=none;align=left;verticalAlign=middle;whiteSpace=wrap;rounded=0;" parent="1" vertex="1">
          <mxGeometry x="560" y="830" width="70" height="20" as="geometry" />
-         </mxCell>
-         <mxCell id="LRHJF4l-BsnRts1OjtaE-1" value="UDisk&lt;br&gt;Reserved&lt;br&gt;Area" style="rounded=0;whiteSpace=wrap;html=1;" vertex="1" parent="1">
-           <mxGeometry x="-40" y="960" width="80" height="80" as="geometry" />
-         </mxCell>
-         <mxCell id="LRHJF4l-BsnRts1OjtaE-2" value="WebUI&lt;br&gt;Tool" style="rounded=0;whiteSpace=wrap;html=1;" vertex="1" parent="1">
-           <mxGeometry x="40" y="960" width="80" height="80" as="geometry" />
-         </mxCell>
-         <mxCell id="LRHJF4l-BsnRts1OjtaE-3" value="MSC" style="rounded=0;whiteSpace=wrap;html=1;" vertex="1" parent="1">
-           <mxGeometry x="120" y="960" width="80" height="80" as="geometry" />
-         </mxCell>
-         <mxCell id="LRHJF4l-BsnRts1OjtaE-4" value="WebUI FAT12 UDisk" style="rounded=0;whiteSpace=wrap;html=1;" vertex="1" parent="1">
-           <mxGeometry x="200" y="960" width="200" height="80" as="geometry" />
-         </mxCell>
-         <mxCell id="LRHJF4l-BsnRts1OjtaE-5" value="36KBytes" style="rounded=0;whiteSpace=wrap;html=1;" vertex="1" parent="1">
-           <mxGeometry x="400" y="960" width="80" height="80" as="geometry" />
-         </mxCell>
-         <mxCell id="LRHJF4l-BsnRts1OjtaE-6" value="" style="endArrow=classic;html=1;rounded=0;" edge="1" parent="1">
-           <mxGeometry width="50" height="50" relative="1" as="geometry">
-             <mxPoint x="560" y="960.28" as="sourcePoint" />
-             <mxPoint x="480" y="960" as="targetPoint" />
-           </mxGeometry>
-         </mxCell>
-         <mxCell id="LRHJF4l-BsnRts1OjtaE-7" value="0x00017000" style="text;html=1;strokeColor=none;fillColor=none;align=left;verticalAlign=middle;whiteSpace=wrap;rounded=0;" vertex="1" parent="1">
-           <mxGeometry x="560" y="950" width="70" height="20" as="geometry" />
        </mxCell>
      </root>
    </mxGraphModel>
  </diagram>
</mxfile>
